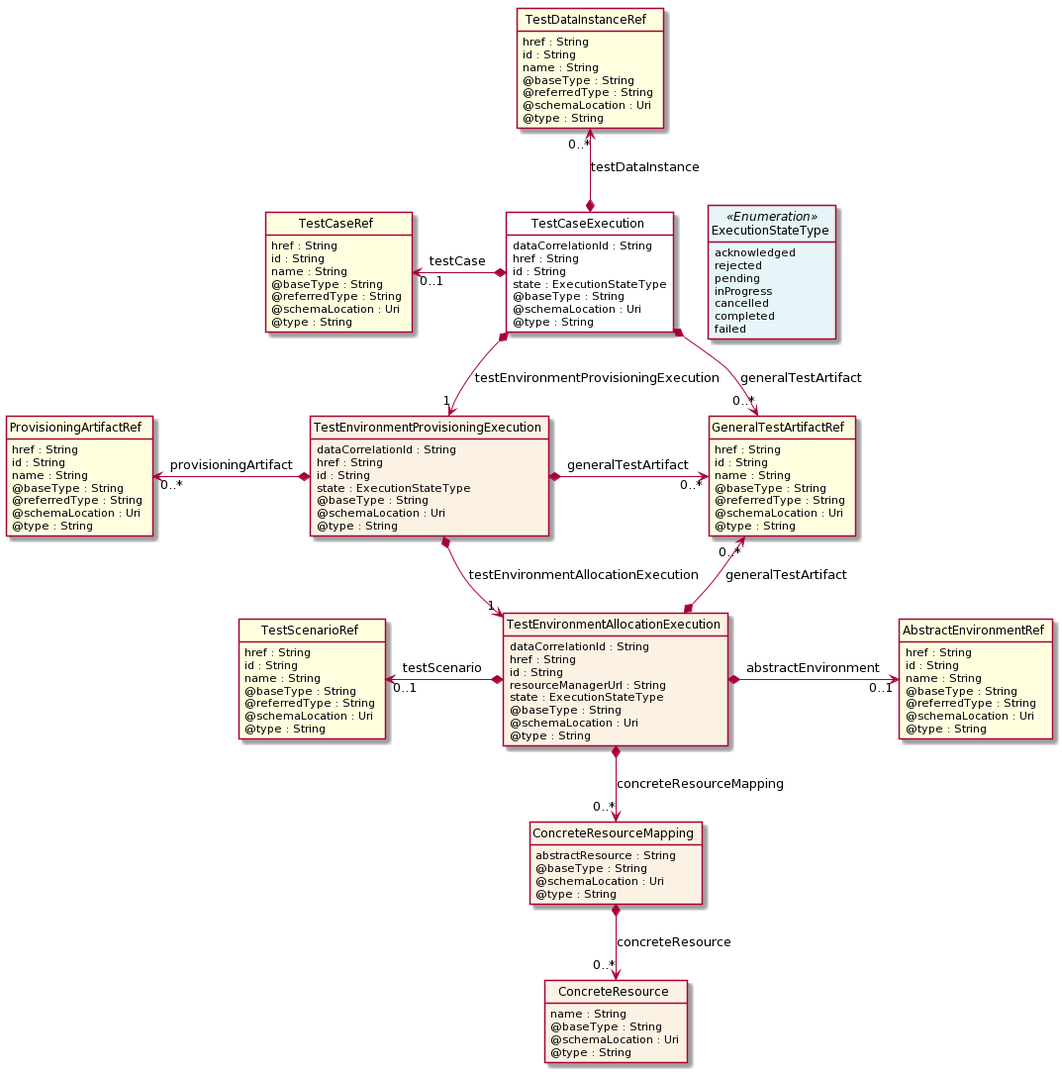
Before: apis/TMF708_Test_Execution/documentation/diagrams/Resource_TestCaseExecution.png, a diagram exported from PlantUML (tmforum-apis/Open_Api_And_Data_Model). Source of this version:
```plantuml
@startuml
hide circle
hide methods
hide stereotype
show <<Enumeration>> stereotype
skinparam class {
   BackgroundColor<<Enumeration>> #E6F5F7
   BackgroundColor<<Ref>> #FFFFE0
   BackgroundColor<<Pivot>> #FFFFFFF
   BackgroundColor #FCF2E3
}

class TestCaseExecution  <<Pivot>> {
    dataCorrelationId : String
    href : String
    id : String
    state : ExecutionStateType
    @baseType : String
    @schemaLocation : Uri
    @type : String
}

class ExecutionStateType <<Enumeration>> {
    acknowledged
    rejected
    pending
    inProgress
    cancelled
    completed
    failed
}

class GeneralTestArtifactRef  <<Ref>> {
    href : String
    id : String
    name : String
    @baseType : String
    @referredType : String
    @schemaLocation : Uri
    @type : String
}

class TestDataInstanceRef  <<Ref>> {
    href : String
    id : String
    name : String
    @baseType : String
    @referredType : String
    @schemaLocation : Uri
    @type : String
}

class TestCaseRef  <<Ref>> {
    href : String
    id : String
    name : String
    @baseType : String
    @referredType : String
    @schemaLocation : Uri
    @type : String
}

class TestEnvironmentProvisioningExecution  {
    dataCorrelationId : String
    href : String
    id : String
    state : ExecutionStateType
    @baseType : String
    @schemaLocation : Uri
    @type : String
}

class ProvisioningArtifactRef  <<Ref>> {
    href : String
    id : String
    name : String
    @baseType : String
    @referredType : String
    @schemaLocation : Uri
    @type : String
}

class TestEnvironmentAllocationExecution  {
    dataCorrelationId : String
    href : String
    id : String
    resourceManagerUrl : String
    state : ExecutionStateType
    @baseType : String
    @schemaLocation : Uri
    @type : String
}

class AbstractEnvironmentRef  <<Ref>> {
    href : String
    id : String
    name : String
    @baseType : String
    @referredType : String
    @schemaLocation : Uri
    @type : String
}

class TestScenarioRef  <<Ref>> {
    href : String
    id : String
    name : String
    @baseType : String
    @referredType : String
    @schemaLocation : Uri
    @type : String
}

class ConcreteResourceMapping  {
    abstractResource : String
    @baseType : String
    @schemaLocation : Uri
    @type : String
}

class ConcreteResource  {
    name : String
    @baseType : String
    @schemaLocation : Uri
    @type : String
}

TestCaseExecution -right[hidden]-> ExecutionStateType

TestCaseExecution *-->  "0..*" GeneralTestArtifactRef : generalTestArtifact

TestCaseExecution *-->  "1" TestEnvironmentProvisioningExecution : testEnvironmentProvisioningExecution

TestEnvironmentProvisioningExecution *-->  "1" TestEnvironmentAllocationExecution : testEnvironmentAllocationExecution

GeneralTestArtifactRef "0..*" <--* TestEnvironmentAllocationExecution : generalTestArtifact

TestEnvironmentProvisioningExecution *-right-> "0..*" GeneralTestArtifactRef : generalTestArtifact

TestCaseRef "0..1" <-left-* TestCaseExecution : testCase

TestDataInstanceRef "0..*" <--* TestCaseExecution : testDataInstance

TestScenarioRef "0..1" <-left-* TestEnvironmentAllocationExecution : testScenario

TestEnvironmentAllocationExecution *-right-> "0..1" AbstractEnvironmentRef : abstractEnvironment

TestEnvironmentAllocationExecution *-->  "0..*" ConcreteResourceMapping : concreteResourceMapping

ProvisioningArtifactRef "0..*" <-left-* TestEnvironmentProvisioningExecution : provisioningArtifact

ConcreteResourceMapping *-->  "0..*" ConcreteResource : concreteResource

@enduml
```
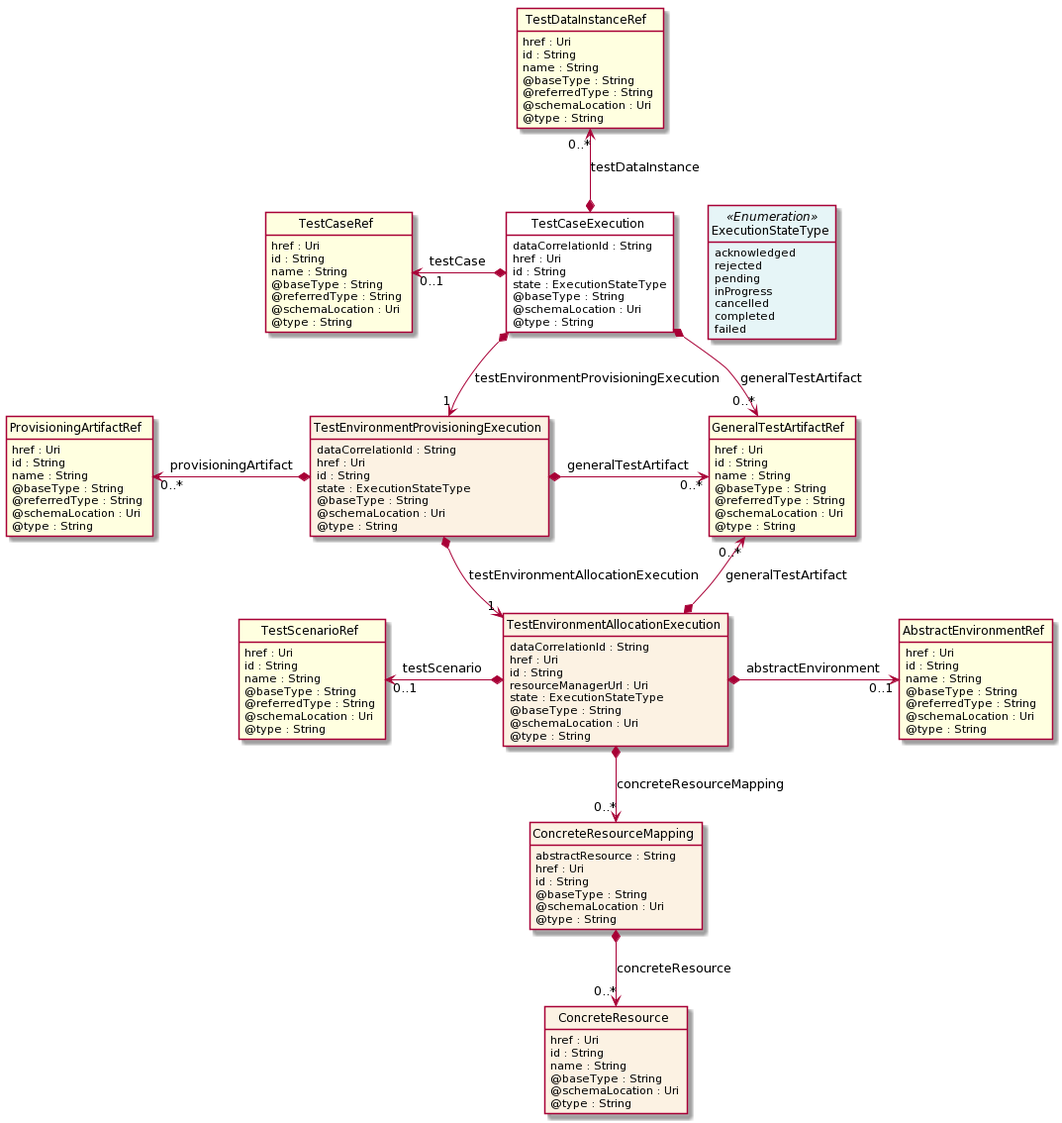
The same diagram one commit later.

What changed in the source:
```diff
@@ -12,7 +12,7 @@
 
 class TestCaseExecution  <<Pivot>> {
     dataCorrelationId : String
-    href : String
+    href : Uri
     id : String
     state : ExecutionStateType
     @baseType : String
@@ -31,7 +31,7 @@
 }
 
 class GeneralTestArtifactRef  <<Ref>> {
-    href : String
+    href : Uri
     id : String
     name : String
     @baseType : String
@@ -41,7 +41,7 @@
 }
 
 class TestDataInstanceRef  <<Ref>> {
-    href : String
+    href : Uri
     id : String
     name : String
     @baseType : String
@@ -51,7 +51,7 @@
 }
 
 class TestCaseRef  <<Ref>> {
-    href : String
+    href : Uri
     id : String
     name : String
     @baseType : String
@@ -62,7 +62,7 @@
 
 class TestEnvironmentProvisioningExecution  {
     dataCorrelationId : String
-    href : String
+    href : Uri
     id : String
     state : ExecutionStateType
     @baseType : String
@@ -71,7 +71,7 @@
 }
 
 class ProvisioningArtifactRef  <<Ref>> {
-    href : String
+    href : Uri
     id : String
     name : String
     @baseType : String
@@ -82,9 +82,9 @@
 
 class TestEnvironmentAllocationExecution  {
     dataCorrelationId : String
-    href : String
+    href : Uri
     id : String
-    resourceManagerUrl : String
+    resourceManagerUrl : Uri
     state : ExecutionStateType
     @baseType : String
     @schemaLocation : Uri
@@ -92,7 +92,7 @@
 }
 
 class AbstractEnvironmentRef  <<Ref>> {
-    href : String
+    href : Uri
     id : String
     name : String
     @baseType : String
@@ -102,7 +102,7 @@
 }
 
 class TestScenarioRef  <<Ref>> {
-    href : String
+    href : Uri
     id : String
     name : String
     @baseType : String
@@ -113,12 +113,16 @@
 
 class ConcreteResourceMapping  {
     abstractResource : String
+    href : Uri
+    id : String
     @baseType : String
     @schemaLocation : Uri
     @type : String
 }
 
 class ConcreteResource  {
+    href : Uri
+    id : String
     name : String
     @baseType : String
     @schemaLocation : Uri
```
